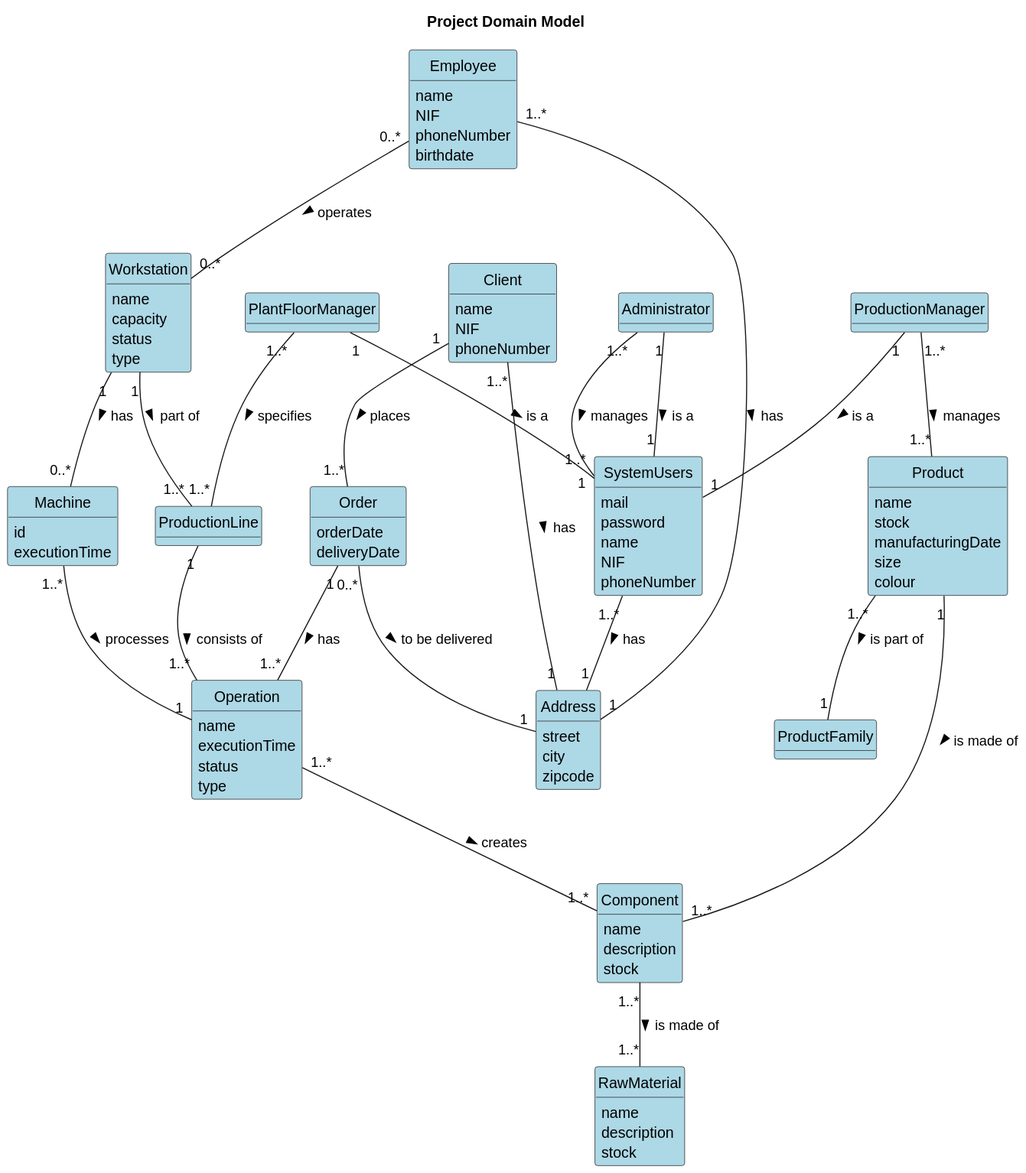
ricardomm7/buildflow keeps this PlantUML diagram as others/documentation/global-artifacts/svg/domain-model-Project_Domain_Model.svg. Above is the earlier version.
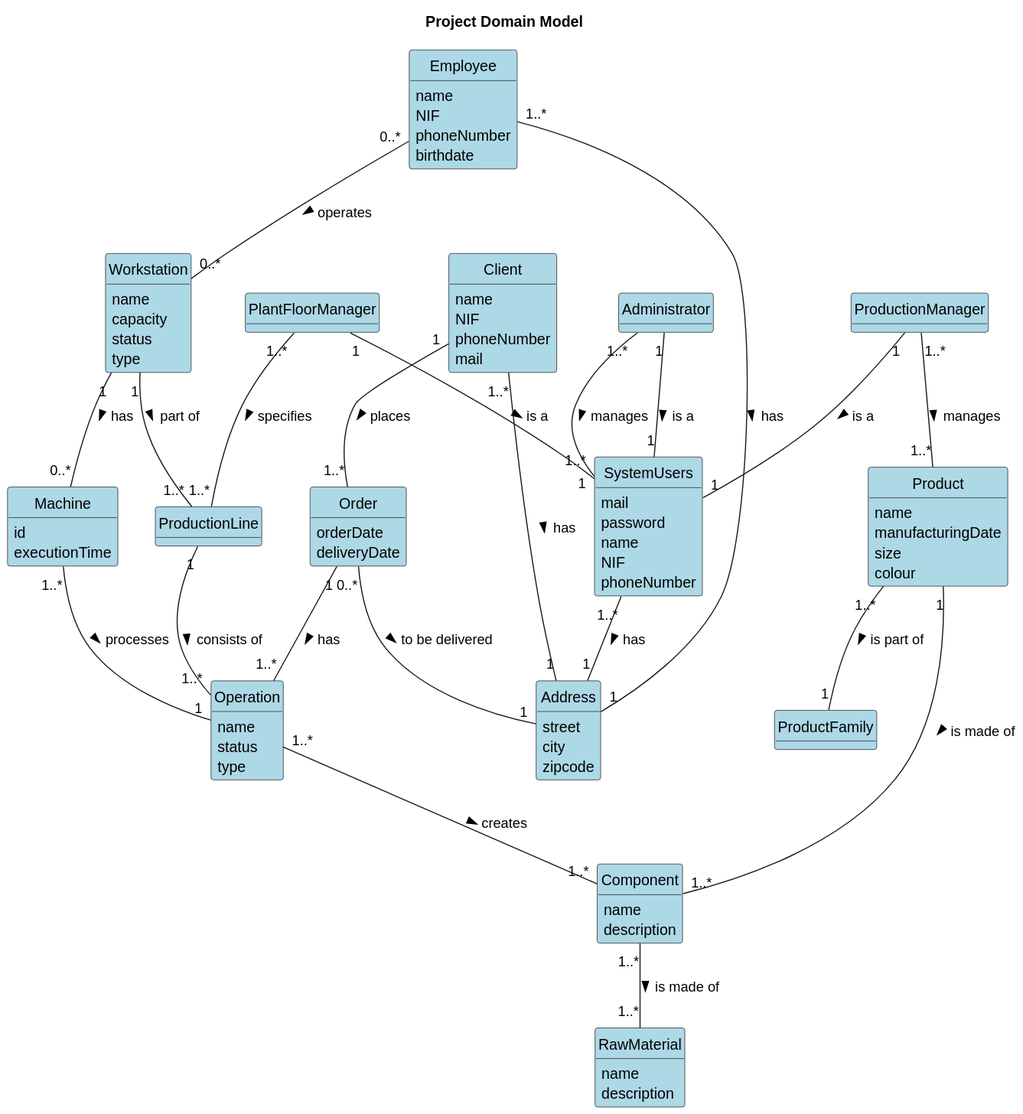
Above is the later version.

Diff of the diagram source:
```diff
@@ -31,12 +31,10 @@
 class RawMaterial {
     name
     description
-    stock
 }
 
 class Product {
     name
-    stock
     manufacturingDate
     size
     colour
@@ -45,7 +43,6 @@
 class Component {
     name
     description
-    stock
 }
 
 class Machine {
@@ -62,7 +59,6 @@
 
 class Operation {
     name
-    executionTime
     status
     type
 }
@@ -85,6 +81,7 @@
     name
     NIF
     phoneNumber
+    mail
 }
 
 class Address {
```
